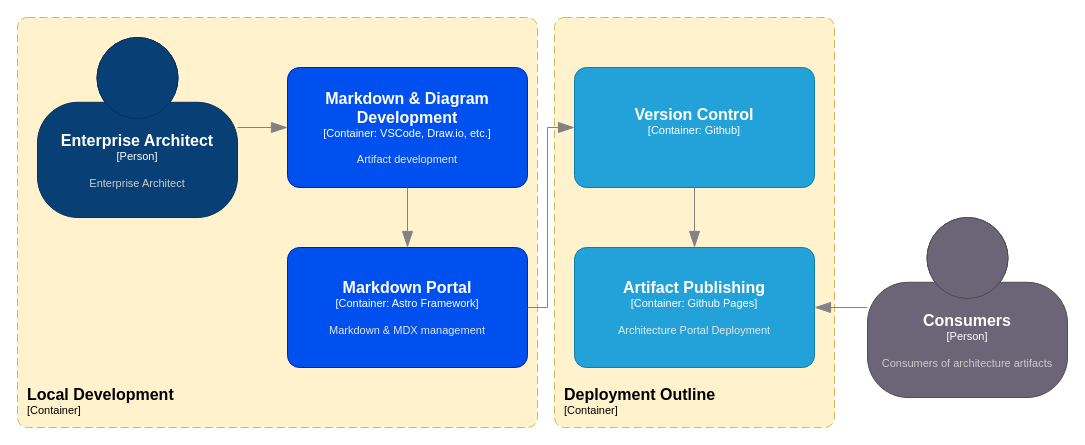
archinomicon/archinomicon.github.io keeps this draw.io diagram as page "Repo" (2 of 3) of drawio/eac.drawio. Above is the earlier version. Source tidied: cells renumbered, new cells numbered last; positions are measured from the earlier drawing's top-left corner, leaving out a move shared by most shapes. Both pictures are drawn from the tidied source at 100%, with x=0, y=0 at pixel (17, 17).
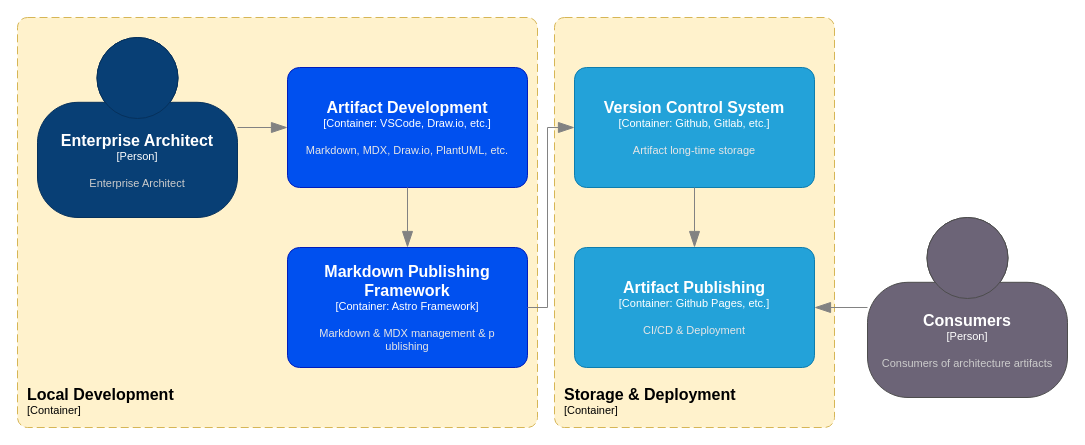
After the change.

Commit message (it also covers changes not shown here):
repo diagram update

What changed in the source:
```diff
@@
-    <object id="2" label="&lt;font style=&quot;font-size: 16px&quot;&gt;&lt;b&gt;&lt;div style=&quot;text-align: left&quot;&gt;%c4Name%&lt;/div&gt;&lt;/b&gt;&lt;/font&gt;&lt;div style=&quot;text-align: left&quot;&gt;[%c4Application%]&lt;/div&gt;" c4Application="Container" c4Name="Deployment Outline" placeholders="1">
+    <object id="2" label="&lt;font style=&quot;font-size: 16px&quot;&gt;&lt;b&gt;&lt;div style=&quot;text-align: left&quot;&gt;%c4Name%&lt;/div&gt;&lt;/b&gt;&lt;/font&gt;&lt;div style=&quot;text-align: left&quot;&gt;[%c4Application%]&lt;/div&gt;" c4Application="Container" c4Name="Storage &amp; Deployment" placeholders="1">
       <mxCell style="rounded=1;fontSize=11;whiteSpace=wrap;html=1;dashed=1;arcSize=20;fillColor=#fff2cc;strokeColor=#d6b656;labelBackgroundColor=none;align=left;verticalAlign=bottom;labelBorderColor=none;spacingTop=0;spacing=10;dashPattern=8 4;perimeter=rectanglePerimeter;noLabel=0;labelPadding=0;absoluteArcSize=1;" parent="1" vertex="1">
         <mxGeometry x="537" width="280" height="410" as="geometry" />
       </mxCell>
     </object>
@@
-    <object id="4" label="&lt;font style=&quot;font-size: 16px&quot;&gt;&lt;b&gt;%c4Name%&lt;/b&gt;&lt;/font&gt;&lt;div&gt;[%c4Type%: %c4Technology%]&lt;/div&gt;&lt;br&gt;&lt;div&gt;&lt;font style=&quot;font-size: 11px&quot;&gt;&lt;font color=&quot;#E6E6E6&quot;&gt;%c4Description%&lt;/font&gt;&lt;/div&gt;" c4Description="" c4Name="Version Control" c4Technology="Github" c4Type="Container" placeholders="1">
+    <object id="4" label="&lt;font style=&quot;font-size: 16px&quot;&gt;&lt;b&gt;%c4Name%&lt;/b&gt;&lt;/font&gt;&lt;div&gt;[%c4Type%: %c4Technology%]&lt;/div&gt;&lt;br&gt;&lt;div&gt;&lt;font style=&quot;font-size: 11px&quot;&gt;&lt;font color=&quot;#E6E6E6&quot;&gt;%c4Description%&lt;/font&gt;&lt;/div&gt;" c4Description="Artifact long-time storage" c4Name="Version Control System" c4Technology="Github, Gitlab, etc." c4Type="Container" placeholders="1">
       <mxCell style="rounded=1;whiteSpace=wrap;html=1;fontSize=11;labelBackgroundColor=none;fillColor=#23A2D9;fontColor=#ffffff;align=center;arcSize=10;strokeColor=#0E7DAD;points=[[0.25,0,0],[0.5,0,0],[0.75,0,0],[1,0.25,0],[1,0.5,0],[1,0.75,0],[0.75,1,0],[0.5,1,0],[0.25,1,0],[0,0.75,0],[0,0.5,0],[0,0.25,0]];" parent="1" vertex="1">
         <mxGeometry x="557" y="50" width="240" height="120" as="geometry" />
       </mxCell>
     </object>
-    <object id="5" label="&lt;font style=&quot;font-size: 16px&quot;&gt;&lt;b&gt;%c4Name%&lt;/b&gt;&lt;/font&gt;&lt;div&gt;[%c4Type%: %c4Technology%]&lt;/div&gt;&lt;br&gt;&lt;div&gt;&lt;font style=&quot;font-size: 11px&quot;&gt;&lt;font color=&quot;#E6E6E6&quot;&gt;%c4Description%&lt;/font&gt;&lt;/div&gt;" c4Description="Markdown &amp; MDX management" c4Name="Markdown Portal" c4Technology="Astro Framework" c4Type="Container" placeholders="1">
+    <object id="5" label="&lt;font style=&quot;font-size: 16px&quot;&gt;&lt;b&gt;%c4Name%&lt;/b&gt;&lt;/font&gt;&lt;div&gt;[%c4Type%: %c4Technology%]&lt;/div&gt;&lt;br&gt;&lt;div&gt;&lt;font style=&quot;font-size: 11px&quot;&gt;&lt;font color=&quot;#E6E6E6&quot;&gt;%c4Description%&lt;/font&gt;&lt;/div&gt;" c4Description="Markdown &amp; MDX management &amp; p&#10;ublishing" c4Name="Markdown Publishing Framework" c4Technology="Astro Framework" c4Type="Container" placeholders="1">
       <mxCell style="rounded=1;whiteSpace=wrap;html=1;fontSize=11;labelBackgroundColor=none;fillColor=#0050ef;fontColor=#ffffff;align=center;arcSize=10;strokeColor=#001DBC;points=[[0.25,0,0],[0.5,0,0],[0.75,0,0],[1,0.25,0],[1,0.5,0],[1,0.75,0],[0.75,1,0],[0.5,1,0],[0.25,1,0],[0,0.75,0],[0,0.5,0],[0,0.25,0]];" parent="1" vertex="1">
         <mxGeometry x="270" y="230" width="240" height="120" as="geometry" />
       </mxCell>
     </object>
@@
-    <object id="7" label="&lt;font style=&quot;font-size: 16px&quot;&gt;&lt;b&gt;%c4Name%&lt;/b&gt;&lt;/font&gt;&lt;div&gt;[%c4Type%: %c4Technology%]&lt;/div&gt;&lt;br&gt;&lt;div&gt;&lt;font style=&quot;font-size: 11px&quot;&gt;&lt;font color=&quot;#E6E6E6&quot;&gt;%c4Description%&lt;/font&gt;&lt;/div&gt;" c4Description="Artifact development" c4Name="Markdown &amp; Diagram Development" c4Technology="VSCode, Draw.io, etc." c4Type="Container" placeholders="1">
+    <object id="7" label="&lt;font style=&quot;font-size: 16px&quot;&gt;&lt;b&gt;%c4Name%&lt;/b&gt;&lt;/font&gt;&lt;div&gt;[%c4Type%: %c4Technology%]&lt;/div&gt;&lt;br&gt;&lt;div&gt;&lt;font style=&quot;font-size: 11px&quot;&gt;&lt;font color=&quot;#E6E6E6&quot;&gt;%c4Description%&lt;/font&gt;&lt;/div&gt;" c4Description="Markdown, MDX, Draw.io, PlantUML, etc." c4Name="Artifact Development" c4Technology="VSCode, Draw.io, etc." c4Type="Container" placeholders="1">
       <mxCell style="rounded=1;whiteSpace=wrap;html=1;fontSize=11;labelBackgroundColor=none;fillColor=#0050ef;fontColor=#ffffff;align=center;arcSize=10;strokeColor=#001DBC;points=[[0.25,0,0],[0.5,0,0],[0.75,0,0],[1,0.25,0],[1,0.5,0],[1,0.75,0],[0.75,1,0],[0.5,1,0],[0.25,1,0],[0,0.75,0],[0,0.5,0],[0,0.25,0]];" parent="1" vertex="1">
         <mxGeometry x="270" y="50" width="240" height="120" as="geometry" />
       </mxCell>
     </object>
@@
-    <object id="10" label="&lt;font style=&quot;font-size: 16px&quot;&gt;&lt;b&gt;%c4Name%&lt;/b&gt;&lt;/font&gt;&lt;div&gt;[%c4Type%: %c4Technology%]&lt;/div&gt;&lt;br&gt;&lt;div&gt;&lt;font style=&quot;font-size: 11px&quot;&gt;&lt;font color=&quot;#E6E6E6&quot;&gt;%c4Description%&lt;/font&gt;&lt;/div&gt;" c4Description="Architecture Portal Deployment" c4Name="Artifact Publishing" c4Technology="Github Pages" c4Type="Container" placeholders="1">
+    <object id="10" label="&lt;font style=&quot;font-size: 16px&quot;&gt;&lt;b&gt;%c4Name%&lt;/b&gt;&lt;/font&gt;&lt;div&gt;[%c4Type%: %c4Technology%]&lt;/div&gt;&lt;br&gt;&lt;div&gt;&lt;font style=&quot;font-size: 11px&quot;&gt;&lt;font color=&quot;#E6E6E6&quot;&gt;%c4Description%&lt;/font&gt;&lt;/div&gt;" c4Description="CI/CD &amp; Deployment" c4Name="Artifact Publishing " c4Technology="Github Pages, etc." c4Type="Container" placeholders="1">
       <mxCell style="rounded=1;whiteSpace=wrap;html=1;fontSize=11;labelBackgroundColor=none;fillColor=#23A2D9;fontColor=#ffffff;align=center;arcSize=10;strokeColor=#0E7DAD;points=[[0.25,0,0],[0.5,0,0],[0.75,0,0],[1,0.25,0],[1,0.5,0],[1,0.75,0],[0.75,1,0],[0.5,1,0],[0.25,1,0],[0,0.75,0],[0,0.5,0],[0,0.25,0]];" parent="1" vertex="1">
         <mxGeometry x="557" y="230" width="240" height="120" as="geometry" />
       </mxCell>
     </object>
```
